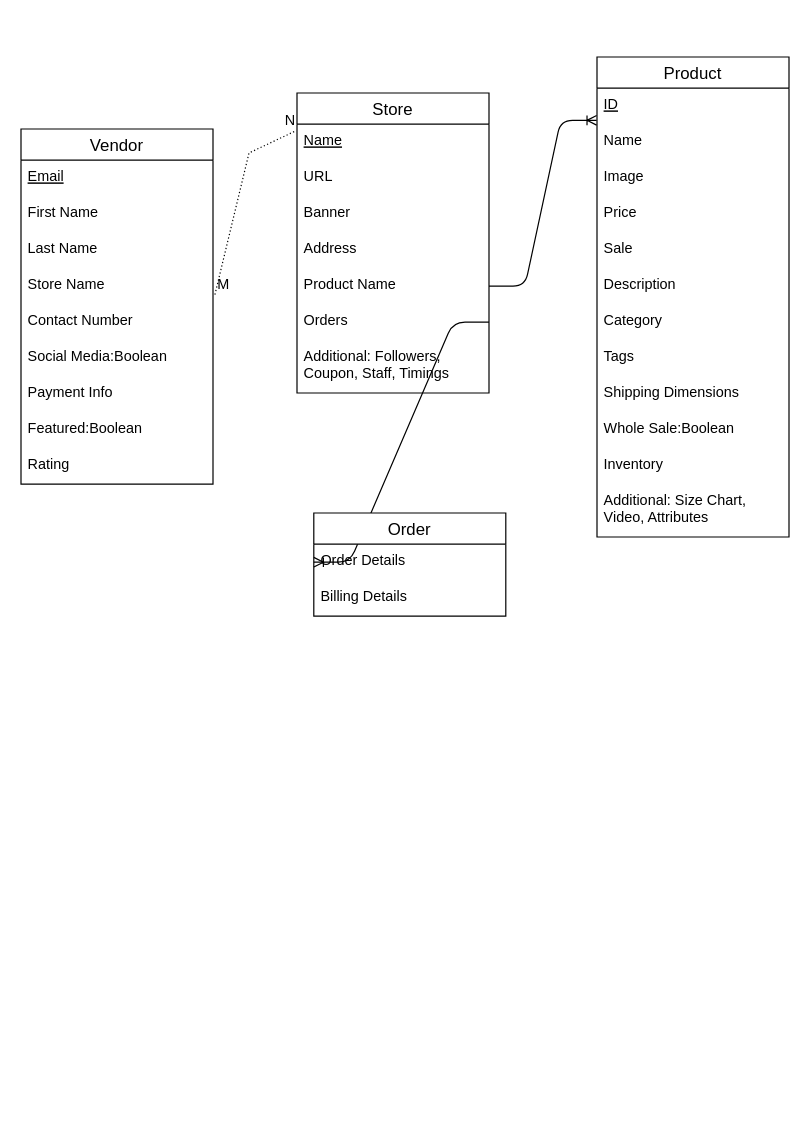
Above: Database Model.drawio in FahadZaheerfzr/WebDev (draw.io), before the change. Source tidied: cells renumbered, new cells numbered last; positions are measured from the earlier drawing's top-left corner, leaving out a move shared by most shapes. Both pictures are drawn from the tidied source at 120%, with x=0, y=0 at pixel (20, 56).
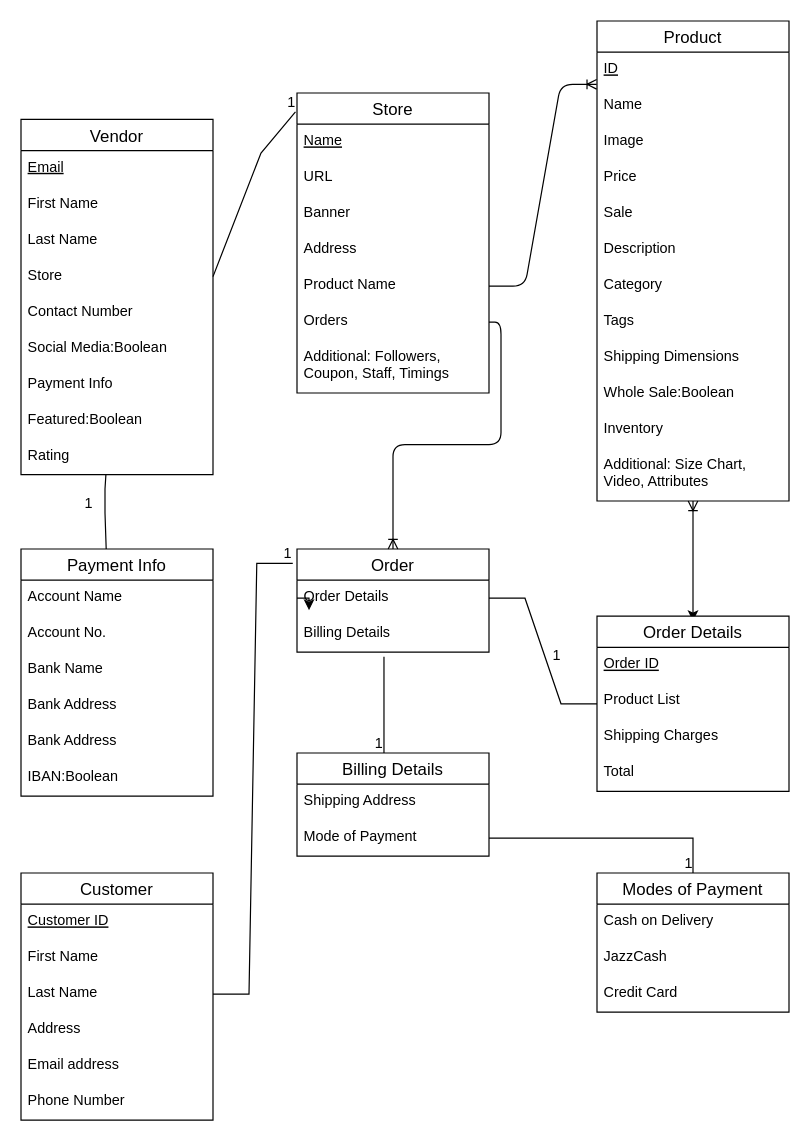
Above is the later version.

The change refers to these unchanged cells:
```xml
<mxCell id="39" value="Order Details" style="text;strokeColor=none;fillColor=none;spacingLeft=4;spacingRight=4;overflow=hidden;points=[[0,0.5],[1,0.5]];portConstraint=eastwest;fontSize=12;" parent="38" vertex="1">
  <mxGeometry y="26" width="160" height="30" as="geometry" />
</mxCell>
<mxCell id="40" value="Billing Details" style="text;strokeColor=none;fillColor=none;spacingLeft=4;spacingRight=4;overflow=hidden;points=[[0,0.5],[1,0.5]];portConstraint=eastwest;fontSize=12;" parent="38" vertex="1">
  <mxGeometry y="56" width="160" height="30" as="geometry" />
</mxCell>
```

What changed in the source:
```diff
@@
+    <mxCell id="15" style="edgeStyle=entityRelationEdgeStyle;fontSize=12;html=1;endArrow=ERoneToMany;entryX=-0.002;entryY=0.132;entryDx=0;entryDy=0;entryPerimeter=0;exitX=1;exitY=0.5;exitDx=0;exitDy=0;" parent="1" edge="1" source="35" target="16">
+      <mxGeometry relative="1" as="geometry" />
+    </mxCell>
+    <mxCell id="30" value="Store" style="swimlane;fontStyle=0;horizontal=1;startSize=26;align=center;fontSize=14;" parent="1" vertex="1">
+      <mxGeometry x="230" y="30" width="160" height="250" as="geometry" />
+    </mxCell>
+    <mxCell id="31" value="Name" style="text;strokeColor=none;fillColor=none;spacingLeft=4;spacingRight=4;overflow=hidden;fontSize=12;fontStyle=4;" parent="30" vertex="1">
+      <mxGeometry y="26" width="160" height="30" as="geometry" />
+    </mxCell>
+    <mxCell id="32" value="URL" style="text;strokeColor=none;fillColor=none;spacingLeft=4;spacingRight=4;overflow=hidden;fontSize=12;" parent="30" vertex="1">
+      <mxGeometry y="56" width="160" height="30" as="geometry" />
+    </mxCell>
+    <mxCell id="33" value="Banner" style="text;strokeColor=none;fillColor=none;spacingLeft=4;spacingRight=4;overflow=hidden;fontSize=12;" parent="30" vertex="1">
+      <mxGeometry y="86" width="160" height="30" as="geometry" />
+    </mxCell>
+    <mxCell id="34" value="Address" style="text;strokeColor=none;fillColor=none;spacingLeft=4;spacingRight=4;overflow=hidden;fontSize=12;" parent="30" vertex="1">
+      <mxGeometry y="116" width="160" height="30" as="geometry" />
+    </mxCell>
+    <mxCell id="35" value="Product Name" style="text;strokeColor=none;fillColor=none;spacingLeft=4;spacingRight=4;overflow=hidden;points=[[0,0.5],[1,0.5]];portConstraint=eastwest;fontSize=12;" parent="30" vertex="1">
+      <mxGeometry y="146" width="160" height="30" as="geometry" />
+    </mxCell>
+    <mxCell id="36" value="Orders" style="text;strokeColor=none;fillColor=none;spacingLeft=4;spacingRight=4;overflow=hidden;points=[[0,0.5],[1,0.5]];portConstraint=eastwest;fontSize=12;" parent="30" vertex="1">
+      <mxGeometry y="176" width="160" height="30" as="geometry" />
+    </mxCell>
+    <mxCell id="37" value="Additional: Followers, &#10;Coupon, Staff, Timings" style="text;strokeColor=none;fillColor=none;spacingLeft=4;spacingRight=4;overflow=hidden;fontSize=12;" parent="30" vertex="1">
+      <mxGeometry y="206" width="160" height="44" as="geometry" />
+    </mxCell>
+    <mxCell id="12" style="endArrow=none;html=1;rounded=0;exitX=1;exitY=0.5;exitDx=0;exitDy=0;entryX=-0.008;entryY=0.063;entryDx=0;entryDy=0;entryPerimeter=0;" parent="1" edge="1" source="6" target="30">
+      <mxGeometry relative="1" as="geometry">
+        <Array as="points">
+          <mxPoint x="200" y="80" />
+        </Array>
+      </mxGeometry>
+    </mxCell>
+    <mxCell id="41" value="1" style="html=1;align=right;verticalAlign=bottom;" parent="12" vertex="1">
+      <mxGeometry x="1" relative="1" as="geometry" />
+    </mxCell>
     <mxCell id="2" value="Vendor" style="swimlane;fontStyle=0;horizontal=1;startSize=26;align=center;fontSize=14;" parent="1" vertex="1">
-      <mxGeometry y="60" width="160" height="296" as="geometry" />
+      <mxGeometry y="52" width="160" height="296" as="geometry" />
     </mxCell>
@@
-    <mxCell id="6" value="Store Name" style="text;strokeColor=none;fillColor=none;spacingLeft=4;spacingRight=4;overflow=hidden;points=[[0,0.5],[1,0.5]];portConstraint=eastwest;fontSize=12;" parent="2" vertex="1">
+    <mxCell id="6" value="Store" style="text;strokeColor=none;fillColor=none;spacingLeft=4;spacingRight=4;overflow=hidden;points=[[0,0.5],[1,0.5]];portConstraint=eastwest;fontSize=12;" parent="2" vertex="1">
       <mxGeometry y="116" width="160" height="30" as="geometry" />
     </mxCell>
@@
-    <mxCell id="12" style="endArrow=none;html=1;rounded=0;dashed=1;dashPattern=1 2;exitX=1.01;exitY=0.733;exitDx=0;exitDy=0;exitPerimeter=0;entryX=-0.006;entryY=0.126;entryDx=0;entryDy=0;entryPerimeter=0;" parent="1" edge="1" source="6" target="30">
-      <mxGeometry relative="1" as="geometry">
-        <Array as="points">
-          <mxPoint x="190" y="80" />
-        </Array>
-      </mxGeometry>
-    </mxCell>
-    <mxCell id="13" value="M" style="html=1;align=left;verticalAlign=bottom;" parent="12" vertex="1">
-      <mxGeometry x="-1" relative="1" as="geometry" />
-    </mxCell>
-    <mxCell id="14" value="N" style="html=1;align=right;verticalAlign=bottom;" parent="12" vertex="1">
-      <mxGeometry x="1" relative="1" as="geometry" />
-    </mxCell>
-    <mxCell id="15" style="edgeStyle=entityRelationEdgeStyle;fontSize=12;html=1;endArrow=ERoneToMany;entryX=-0.002;entryY=0.132;entryDx=0;entryDy=0;entryPerimeter=0;exitX=1;exitY=0.5;exitDx=0;exitDy=0;" parent="1" edge="1" source="35" target="16">
-      <mxGeometry relative="1" as="geometry" />
-    </mxCell>
+    <mxCell id="42" style="edgeStyle=orthogonalEdgeStyle;rounded=0;orthogonalLoop=1;jettySize=auto;html=1;exitX=0;exitY=0.5;exitDx=0;exitDy=0;" parent="1" edge="1">
+      <mxGeometry relative="1" as="geometry">
+        <mxPoint x="230" y="451" as="sourcePoint" />
+        <mxPoint x="240" y="461" as="targetPoint" />
+      </mxGeometry>
+    </mxCell>
+    <mxCell id="43" style="endArrow=none;html=1;rounded=0;exitX=1;exitY=0.5;exitDx=0;exitDy=0;entryX=-0.022;entryY=0.14;entryDx=0;entryDy=0;entryPerimeter=0;edgeStyle=entityRelationEdgeStyle;" parent="1" edge="1" source="72" target="38">
+      <mxGeometry relative="1" as="geometry" />
+    </mxCell>
+    <mxCell id="44" value="1" style="html=1;align=right;verticalAlign=bottom;" parent="43" vertex="1">
+      <mxGeometry x="1" relative="1" as="geometry" />
+    </mxCell>
     <mxCell id="16" value="Product" style="swimlane;fontStyle=0;horizontal=1;startSize=26;align=center;fontSize=14;" parent="1" vertex="1">
-      <mxGeometry x="480" width="160" height="400" as="geometry" />
+      <mxGeometry x="480" y="-30" width="160" height="400" as="geometry" />
     </mxCell>
@@
-    <mxCell id="29" style="edgeStyle=entityRelationEdgeStyle;fontSize=12;html=1;endArrow=ERoneToMany;entryX=0;entryY=0.5;entryDx=0;entryDy=0;exitX=1;exitY=0.5;exitDx=0;exitDy=0;" parent="1" edge="1" source="36" target="39">
-      <mxGeometry relative="1" as="geometry" />
-    </mxCell>
-    <mxCell id="30" value="Store" style="swimlane;fontStyle=0;horizontal=1;startSize=26;align=center;fontSize=14;" parent="1" vertex="1">
-      <mxGeometry x="230" y="30" width="160" height="250" as="geometry" />
-    </mxCell>
-    <mxCell id="31" value="Name" style="text;strokeColor=none;fillColor=none;spacingLeft=4;spacingRight=4;overflow=hidden;fontSize=12;fontStyle=4;" parent="30" vertex="1">
-      <mxGeometry y="26" width="160" height="30" as="geometry" />
-    </mxCell>
-    <mxCell id="32" value="URL" style="text;strokeColor=none;fillColor=none;spacingLeft=4;spacingRight=4;overflow=hidden;fontSize=12;" parent="30" vertex="1">
-      <mxGeometry y="56" width="160" height="30" as="geometry" />
-    </mxCell>
-    <mxCell id="33" value="Banner" style="text;strokeColor=none;fillColor=none;spacingLeft=4;spacingRight=4;overflow=hidden;fontSize=12;" parent="30" vertex="1">
-      <mxGeometry y="86" width="160" height="30" as="geometry" />
-    </mxCell>
-    <mxCell id="34" value="Address" style="text;strokeColor=none;fillColor=none;spacingLeft=4;spacingRight=4;overflow=hidden;fontSize=12;" parent="30" vertex="1">
-      <mxGeometry y="116" width="160" height="30" as="geometry" />
-    </mxCell>
-    <mxCell id="35" value="Product Name" style="text;strokeColor=none;fillColor=none;spacingLeft=4;spacingRight=4;overflow=hidden;points=[[0,0.5],[1,0.5]];portConstraint=eastwest;fontSize=12;" parent="30" vertex="1">
-      <mxGeometry y="146" width="160" height="30" as="geometry" />
-    </mxCell>
-    <mxCell id="36" value="Orders" style="text;strokeColor=none;fillColor=none;spacingLeft=4;spacingRight=4;overflow=hidden;points=[[0,0.5],[1,0.5]];portConstraint=eastwest;fontSize=12;" parent="30" vertex="1">
-      <mxGeometry y="176" width="160" height="30" as="geometry" />
-    </mxCell>
-    <mxCell id="37" value="Additional: Followers, &#10;Coupon, Staff, Timings" style="text;strokeColor=none;fillColor=none;spacingLeft=4;spacingRight=4;overflow=hidden;fontSize=12;" parent="30" vertex="1">
-      <mxGeometry y="206" width="160" height="44" as="geometry" />
-    </mxCell>
+    <mxCell id="45" value="Billing Details" style="swimlane;fontStyle=0;horizontal=1;startSize=26;align=center;fontSize=14;" parent="1" vertex="1">
+      <mxGeometry x="230" y="580" width="160" height="86" as="geometry" />
+    </mxCell>
+    <mxCell id="46" value="Shipping Address" style="text;strokeColor=none;fillColor=none;spacingLeft=4;spacingRight=4;overflow=hidden;fontSize=12;" parent="45" vertex="1">
+      <mxGeometry y="26" width="160" height="30" as="geometry" />
+    </mxCell>
+    <mxCell id="47" value="Mode of Payment" style="text;strokeColor=none;fillColor=none;spacingLeft=4;spacingRight=4;overflow=hidden;points=[[0,0.5],[1,0.5]];portConstraint=eastwest;fontSize=12;" parent="45" vertex="1">
+      <mxGeometry y="56" width="160" height="30" as="geometry" />
+    </mxCell>
+    <mxCell id="48" style="endArrow=none;html=1;rounded=0;exitX=1;exitY=0.5;exitDx=0;exitDy=0;edgeStyle=entityRelationEdgeStyle;" parent="1" edge="1" source="39" target="55">
+      <mxGeometry relative="1" as="geometry" />
+    </mxCell>
+    <mxCell id="49" value="1" style="html=1;align=right;verticalAlign=bottom;" parent="48" vertex="1">
+      <mxGeometry x="1" relative="1" as="geometry">
+        <mxPoint x="-30" y="-32" as="offset" />
+      </mxGeometry>
+    </mxCell>
     <mxCell id="38" value="Order" style="swimlane;fontStyle=0;horizontal=1;startSize=26;align=center;fontSize=14;" parent="1" vertex="1">
-      <mxGeometry x="244" y="380" width="160" height="86" as="geometry" />
+      <mxGeometry x="230" y="410" width="160" height="86" as="geometry" />
     </mxCell>
@@
+    <mxCell id="50" style="edgeStyle=orthogonalEdgeStyle;fontSize=12;html=1;endArrow=ERoneToMany;exitX=1;exitY=0.5;exitDx=0;exitDy=0;entryX=0.5;entryY=0;entryDx=0;entryDy=0;" parent="1" edge="1" source="36" target="38">
+      <mxGeometry relative="1" as="geometry" />
+    </mxCell>
+    <mxCell id="51" style="edgeStyle=orthogonalEdgeStyle;rounded=0;jettySize=auto;html=1;exitX=0.5;exitY=0;exitDx=0;exitDy=0;" parent="1" edge="1" source="55">
+      <mxGeometry relative="1" as="geometry">
+        <mxPoint x="560" y="470" as="targetPoint" />
+      </mxGeometry>
+    </mxCell>
+    <mxCell id="52" style="endArrow=none;html=1;rounded=0;exitX=0.453;exitY=1.127;exitDx=0;exitDy=0;exitPerimeter=0;entryX=0.453;entryY=0;entryDx=0;entryDy=0;entryPerimeter=0;" parent="1" edge="1" source="40" target="45">
+      <mxGeometry relative="1" as="geometry" />
+    </mxCell>
+    <mxCell id="53" value="1" style="html=1;align=right;verticalAlign=bottom;" parent="52" vertex="1">
+      <mxGeometry x="1" relative="1" as="geometry" />
+    </mxCell>
+    <mxCell id="54" style="fontSize=12;html=1;endArrow=ERoneToMany;exitX=0.5;exitY=0;exitDx=0;exitDy=0;" parent="1" edge="1" source="55" target="16">
+      <mxGeometry relative="1" as="geometry">
+        <Array as="points">
+          <mxPoint x="560" y="380" />
+        </Array>
+      </mxGeometry>
+    </mxCell>
+    <mxCell id="55" value="Order Details" style="swimlane;fontStyle=0;horizontal=1;startSize=26;align=center;fontSize=14;" parent="1" vertex="1">
+      <mxGeometry x="480" y="466" width="160" height="146" as="geometry" />
+    </mxCell>
+    <mxCell id="56" value="Order ID" style="text;strokeColor=none;fillColor=none;spacingLeft=4;spacingRight=4;overflow=hidden;fontSize=12;fontStyle=4;" parent="55" vertex="1">
+      <mxGeometry y="26" width="160" height="30" as="geometry" />
+    </mxCell>
+    <mxCell id="57" value="Product List" style="text;strokeColor=none;fillColor=none;spacingLeft=4;spacingRight=4;overflow=hidden;fontSize=12;" parent="55" vertex="1">
+      <mxGeometry y="56" width="160" height="30" as="geometry" />
+    </mxCell>
+    <mxCell id="58" value="Shipping Charges" style="text;strokeColor=none;fillColor=none;spacingLeft=4;spacingRight=4;overflow=hidden;fontSize=12;" parent="55" vertex="1">
+      <mxGeometry y="86" width="160" height="30" as="geometry" />
+    </mxCell>
+    <mxCell id="59" value="Total " style="text;strokeColor=none;fillColor=none;spacingLeft=4;spacingRight=4;overflow=hidden;fontSize=12;" parent="55" vertex="1">
+      <mxGeometry y="116" width="160" height="30" as="geometry" />
+    </mxCell>
+    <mxCell id="60" value="Payment Info" style="swimlane;fontStyle=0;horizontal=1;startSize=26;align=center;fontSize=14;" parent="1" vertex="1">
+      <mxGeometry y="410" width="160" height="206" as="geometry" />
+    </mxCell>
+    <mxCell id="61" value="Account Name" style="text;strokeColor=none;fillColor=none;spacingLeft=4;spacingRight=4;overflow=hidden;fontSize=12;" parent="60" vertex="1">
+      <mxGeometry y="26" width="160" height="30" as="geometry" />
+    </mxCell>
+    <mxCell id="62" value="Account No." style="text;strokeColor=none;fillColor=none;spacingLeft=4;spacingRight=4;overflow=hidden;fontSize=12;" parent="60" vertex="1">
+      <mxGeometry y="56" width="160" height="30" as="geometry" />
+    </mxCell>
+    <mxCell id="63" value="Bank Name" style="text;strokeColor=none;fillColor=none;spacingLeft=4;spacingRight=4;overflow=hidden;fontSize=12;" parent="60" vertex="1">
+      <mxGeometry y="86" width="160" height="30" as="geometry" />
+    </mxCell>
+    <mxCell id="64" value="Bank Address&#10;" style="text;strokeColor=none;fillColor=none;spacingLeft=4;spacingRight=4;overflow=hidden;fontSize=12;" parent="60" vertex="1">
+      <mxGeometry y="116" width="160" height="30" as="geometry" />
+    </mxCell>
+    <mxCell id="65" value="Bank Address&#10;" style="text;strokeColor=none;fillColor=none;spacingLeft=4;spacingRight=4;overflow=hidden;fontSize=12;" parent="60" vertex="1">
+      <mxGeometry y="146" width="160" height="30" as="geometry" />
+    </mxCell>
+    <mxCell id="66" value="IBAN:Boolean" style="text;strokeColor=none;fillColor=none;spacingLeft=4;spacingRight=4;overflow=hidden;fontSize=12;" parent="60" vertex="1">
+      <mxGeometry y="176" width="160" height="30" as="geometry" />
+    </mxCell>
+    <mxCell id="67" style="endArrow=none;html=1;rounded=0;" parent="1" edge="1" target="2">
+      <mxGeometry relative="1" as="geometry">
+        <mxPoint x="71" y="410" as="sourcePoint" />
+        <Array as="points">
+          <mxPoint x="70" y="380" />
+          <mxPoint x="70" y="360" />
+        </Array>
+      </mxGeometry>
+    </mxCell>
+    <mxCell id="68" value="1" style="html=1;align=right;verticalAlign=bottom;" parent="67" vertex="1">
+      <mxGeometry x="1" relative="1" as="geometry">
+        <mxPoint x="-10.8" y="32" as="offset" />
+      </mxGeometry>
+    </mxCell>
+    <mxCell id="69" value="Customer" style="swimlane;fontStyle=0;horizontal=1;startSize=26;align=center;fontSize=14;" parent="1" vertex="1">
+      <mxGeometry y="680" width="160" height="206" as="geometry" />
+    </mxCell>
+    <mxCell id="70" value="Customer ID" style="text;strokeColor=none;fillColor=none;spacingLeft=4;spacingRight=4;overflow=hidden;fontSize=12;fontStyle=4;" parent="69" vertex="1">
+      <mxGeometry y="26" width="160" height="30" as="geometry" />
+    </mxCell>
+    <mxCell id="71" value="First Name" style="text;strokeColor=none;fillColor=none;spacingLeft=4;spacingRight=4;overflow=hidden;fontSize=12;" parent="69" vertex="1">
+      <mxGeometry y="56" width="160" height="30" as="geometry" />
+    </mxCell>
+    <mxCell id="72" value="Last Name" style="text;strokeColor=none;fillColor=none;spacingLeft=4;spacingRight=4;overflow=hidden;points=[[0,0.5],[1,0.5]];portConstraint=eastwest;fontSize=12;" parent="69" vertex="1">
+      <mxGeometry y="86" width="160" height="30" as="geometry" />
+    </mxCell>
+    <mxCell id="73" value="Address" style="text;strokeColor=none;fillColor=none;spacingLeft=4;spacingRight=4;overflow=hidden;fontSize=12;" parent="69" vertex="1">
+      <mxGeometry y="116" width="160" height="30" as="geometry" />
+    </mxCell>
+    <mxCell id="74" value="Email address" style="text;strokeColor=none;fillColor=none;spacingLeft=4;spacingRight=4;overflow=hidden;fontSize=12;" parent="69" vertex="1">
+      <mxGeometry y="146" width="160" height="30" as="geometry" />
+    </mxCell>
+    <mxCell id="75" value="Phone Number" style="text;strokeColor=none;fillColor=none;spacingLeft=4;spacingRight=4;overflow=hidden;fontSize=12;" parent="69" vertex="1">
+      <mxGeometry y="176" width="160" height="30" as="geometry" />
+    </mxCell>
+    <mxCell id="76" value="Modes of Payment" style="swimlane;fontStyle=0;horizontal=1;startSize=26;align=center;fontSize=14;" parent="1" vertex="1">
+      <mxGeometry x="480" y="680" width="160" height="116" as="geometry" />
+    </mxCell>
+    <mxCell id="77" value="Cash on Delivery" style="text;strokeColor=none;fillColor=none;spacingLeft=4;spacingRight=4;overflow=hidden;fontSize=12;" parent="76" vertex="1">
+      <mxGeometry y="26" width="160" height="30" as="geometry" />
+    </mxCell>
+    <mxCell id="78" value="JazzCash" style="text;strokeColor=none;fillColor=none;spacingLeft=4;spacingRight=4;overflow=hidden;fontSize=12;" parent="76" vertex="1">
+      <mxGeometry y="56" width="160" height="30" as="geometry" />
+    </mxCell>
+    <mxCell id="79" value="Credit Card" style="text;strokeColor=none;fillColor=none;spacingLeft=4;spacingRight=4;overflow=hidden;fontSize=12;" parent="76" vertex="1">
+      <mxGeometry y="86" width="160" height="30" as="geometry" />
+    </mxCell>
+    <mxCell id="80" style="endArrow=none;html=1;rounded=0;entryX=0.5;entryY=0;entryDx=0;entryDy=0;" parent="1" edge="1" source="47" target="76">
+      <mxGeometry relative="1" as="geometry">
+        <Array as="points">
+          <mxPoint x="560" y="651" />
+        </Array>
+      </mxGeometry>
+    </mxCell>
+    <mxCell id="81" value="1" style="html=1;align=right;verticalAlign=bottom;" parent="80" vertex="1">
+      <mxGeometry x="1" relative="1" as="geometry" />
+    </mxCell>
```
